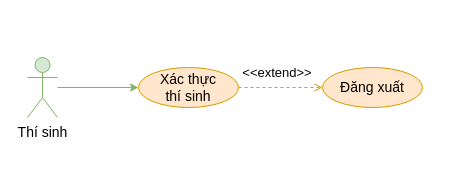
Above: Documents/draw/usecase/phan-ra/xac-thuc-thi-sinh.drawio in copecute/do-an-tot-nghiep (draw.io), before the change. Source tidied: cells renumbered, new cells numbered last; positions are measured from the earlier drawing's top-left corner, leaving out a move shared by most shapes. Both pictures are drawn from the tidied source at 100%, with x=0, y=0 at pixel (27, 57).
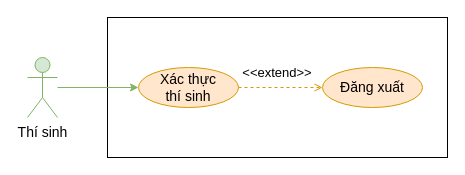
The same diagram, later.

Diff of the diagram source:
```diff
@@
 <mxGraphModel>
   <root>
     <mxCell id="0" />
     <mxCell id="1" parent="0" />
+    <mxCell id="8" style="rounded=0;whiteSpace=wrap;html=1;" parent="1" vertex="1">
+      <mxGeometry x="80" y="-40" width="340" height="140" as="geometry" />
+    </mxCell>
     <mxCell id="2" style="rounded=0;jettySize=auto;html=1;dashed=1;fillColor=#ffe6cc;strokeColor=#d79b00;fontSize=14;endArrow=open;endFill=0;" parent="1" edge="1" source="3" target="4">
       <mxGeometry relative="1" as="geometry" />
     </mxCell>
     <mxCell id="3" value="Xác thực&lt;br&gt;thí sinh" style="ellipse;whiteSpace=wrap;html=1;fillColor=#ffe6cc;strokeColor=#d79b00;fontSize=14;" parent="1" vertex="1">
       <mxGeometry x="111" y="10" width="100" height="40" as="geometry" />
     </mxCell>
     <mxCell id="4" value="Đăng xuất" style="ellipse;whiteSpace=wrap;html=1;fillColor=#ffe6cc;strokeColor=#d79b00;fontSize=14;" parent="1" vertex="1">
       <mxGeometry x="295" y="10" width="100" height="40" as="geometry" />
     </mxCell>
     <mxCell id="5" value="&lt;font style=&quot;font-size: 13px;&quot;&gt;&amp;lt;&amp;lt;extend&amp;gt;&amp;gt;&lt;/font&gt;" style="text;html=1;strokeColor=none;fillColor=none;align=center;verticalAlign=middle;whiteSpace=wrap;rounded=0;rotation=0;fontSize=13;" parent="1" vertex="1">
       <mxGeometry x="220" width="60" height="30" as="geometry" />
     </mxCell>
     <mxCell id="6" style="rounded=0;jettySize=auto;html=1;entryX=0;entryY=0.5;entryDx=0;entryDy=0;fillColor=#d5e8d4;strokeColor=#82b366;fontSize=14;" parent="1" edge="1" source="7" target="3">
       <mxGeometry relative="1" as="geometry" />
     </mxCell>
     <mxCell id="7" value="Thí sinh" style="shape=umlActor;verticalLabelPosition=bottom;verticalAlign=top;html=1;outlineConnect=0;fillColor=#d5e8d4;strokeColor=#82b366;fontSize=14;" parent="1" vertex="1">
       <mxGeometry width="30" height="60" as="geometry" />
     </mxCell>
   </root>
 </mxGraphModel>
```
